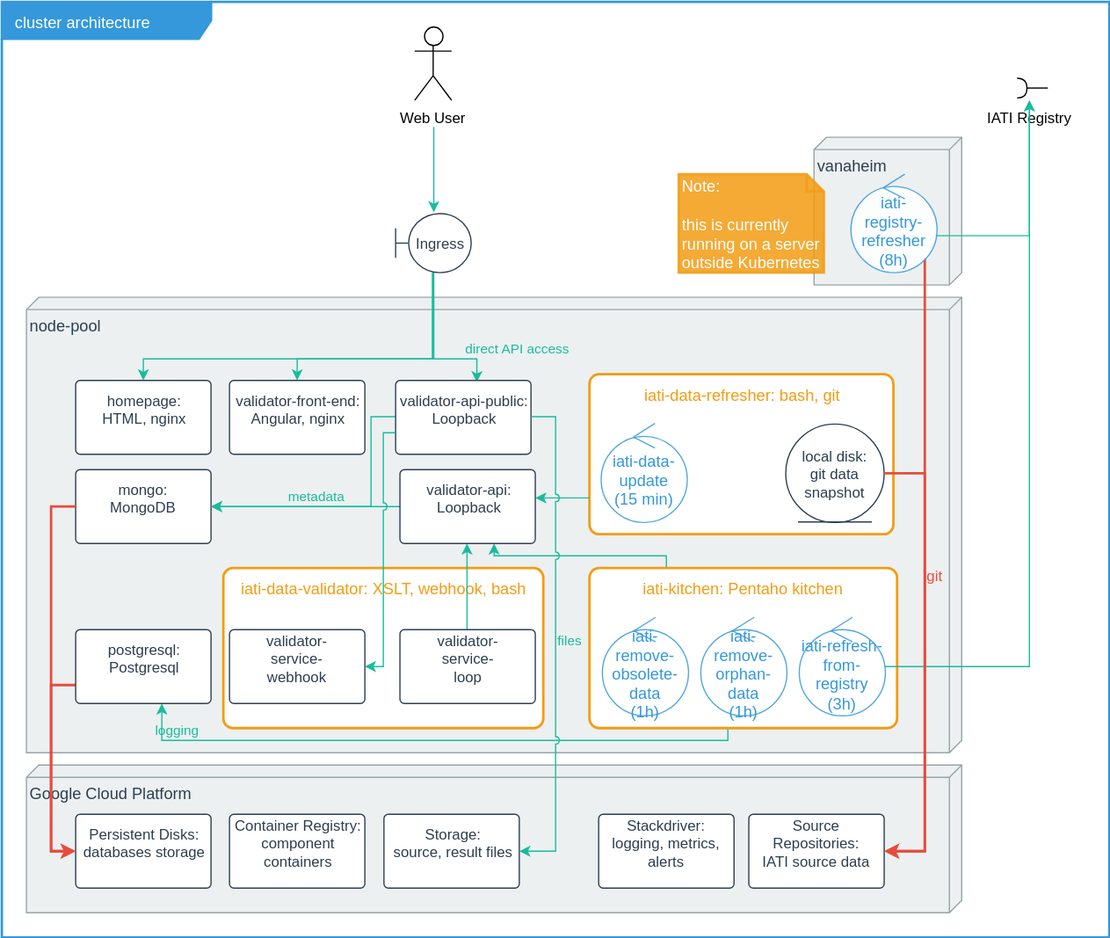
Before: docs/deployment-overview.drawio.svg, a diagram exported from draw.io (data4development/dataworkbench-cluster). Source tidied: cells renumbered, new cells last; positions are measured from the earlier drawing's top-left corner, leaving out a move shared by most shapes.
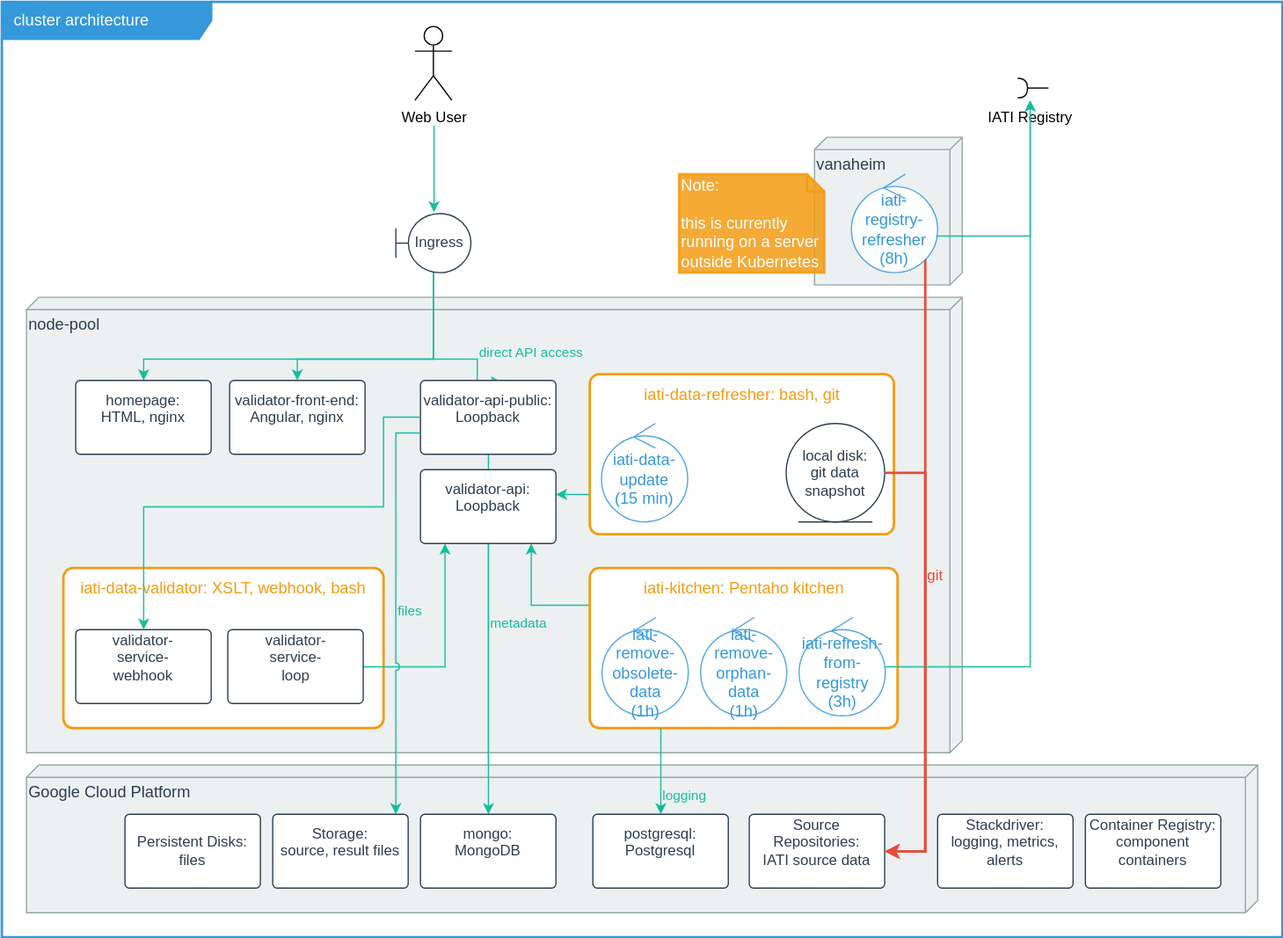
Later version of the same file.

The edit, as a diff of the source:
```diff
@@ -3,7 +3,7 @@
     <mxCell id="0" />
     <mxCell id="1" value="Background" parent="0" />
     <mxCell id="2" value="cluster architecture" style="shape=umlFrame;whiteSpace=wrap;html=1;labelBackgroundColor=none;strokeColor=#3498DB;strokeWidth=2;fillColor=#3498DB;fontFamily=Helvetica;fontSize=13;fontColor=#FFFFFF;align=left;spacingTop=8;spacingBottom=8;width=170;height=30;spacingLeft=8;" parent="1" vertex="1">
-      <mxGeometry width="900" height="760" as="geometry" />
+      <mxGeometry width="1040" height="760" as="geometry" />
     </mxCell>
     <mxCell id="3" value="Items" parent="0" />
     <mxCell id="4" value="node-pool" style="verticalAlign=top;align=left;spacingTop=8;shape=cube;size=10;direction=south;html=1;fillColor=#ecf0f1;strokeColor=#95a5a6;fontSize=13;fontColor=#2c3e50;strokeWidth=1;labelBackgroundColor=none;spacingBottom=8;" parent="3" vertex="1">
@@ -51,20 +51,17 @@
     <mxCell id="12" value="validator-front-end:&#10;Angular, nginx&#10;" style="strokeWidth=1;html=1;shape=mxgraph.flowchart.process;whiteSpace=wrap;labelBackgroundColor=none;fillColor=#FFFFFF;fontFamily=Helvetica;fontSize=12;fontColor=#2C3E50;align=center;strokeColor=#2C3E50;spacingTop=8;spacingBottom=8;" parent="3" vertex="1">
       <mxGeometry x="185" y="307.5" width="110" height="60" as="geometry" />
     </mxCell>
-    <mxCell id="13" value="metadata" style="edgeStyle=orthogonalEdgeStyle;rounded=0;html=1;jettySize=auto;labelPosition=left;verticalLabelPosition=top;align=right;verticalAlign=bottom;fontColor=#18bc9c;strokeColor=#18BC9C;labelBackgroundColor=none;startFill=0;startArrow=none;" parent="3" edge="1" source="14" target="15">
+    <mxCell id="13" value="metadata" style="edgeStyle=orthogonalEdgeStyle;rounded=0;html=1;jettySize=auto;labelPosition=right;verticalLabelPosition=top;align=left;verticalAlign=bottom;fontColor=#18bc9c;strokeColor=#18BC9C;labelBackgroundColor=none;startFill=0;startArrow=none;" parent="3" edge="1" source="14" target="15">
       <mxGeometry relative="1" as="geometry">
         <Array as="points">
-          <mxPoint x="300" y="337" />
-          <mxPoint x="300" y="410" />
+          <mxPoint x="395" y="470" />
+          <mxPoint x="395" y="470" />
         </Array>
       </mxGeometry>
     </mxCell>
     <mxCell id="14" value="validator-api-public:&#10;Loopback&#10;" style="strokeWidth=1;html=1;shape=mxgraph.flowchart.process;whiteSpace=wrap;labelBackgroundColor=none;fillColor=#FFFFFF;fontFamily=Helvetica;fontSize=12;fontColor=#2C3E50;align=center;strokeColor=#2C3E50;spacingTop=8;spacingBottom=8;" parent="3" vertex="1">
-      <mxGeometry x="320" y="307.5" width="110" height="60" as="geometry" />
+      <mxGeometry x="340" y="307.5" width="110" height="60" as="geometry" />
     </mxCell>
-    <mxCell id="15" value="mongo:&#10;MongoDB&#10;" style="strokeWidth=1;html=1;shape=mxgraph.flowchart.process;whiteSpace=wrap;labelBackgroundColor=none;fillColor=#FFFFFF;fontFamily=Helvetica;fontSize=12;fontColor=#2C3E50;align=center;strokeColor=#2C3E50;spacingTop=8;spacingBottom=8;" parent="3" vertex="1">
-      <mxGeometry x="60" y="380" width="110" height="60" as="geometry" />
-    </mxCell>
     <mxCell id="16" value="homepage:&#10;HTML, nginx&#10;" style="strokeWidth=1;html=1;shape=mxgraph.flowchart.process;whiteSpace=wrap;labelBackgroundColor=none;fillColor=#FFFFFF;fontFamily=Helvetica;fontSize=12;fontColor=#2C3E50;align=center;strokeColor=#2C3E50;spacingTop=8;spacingBottom=8;" parent="3" vertex="1">
       <mxGeometry x="60" y="307.5" width="110" height="60" as="geometry" />
     </mxCell>
@@ -74,24 +71,15 @@
     <mxCell id="18" style="edgeStyle=orthogonalEdgeStyle;rounded=0;html=1;jettySize=auto;fontColor=#18bc9c;align=right;verticalAlign=bottom;strokeColor=#18BC9C;labelBackgroundColor=none;startFill=0;startArrow=none;" parent="3" edge="1" source="5" target="48">
       <mxGeometry relative="1" as="geometry">
         <Array as="points">
-          <mxPoint x="450" y="403" />
-          <mxPoint x="450" y="403" />
+          <mxPoint x="470" y="400" />
+          <mxPoint x="470" y="400" />
         </Array>
       </mxGeometry>
     </mxCell>
-    <mxCell id="19" value="logging&lt;br&gt;" style="edgeStyle=orthogonalEdgeStyle;rounded=0;html=1;jettySize=auto;labelPosition=center;verticalLabelPosition=top;align=center;verticalAlign=bottom;strokeColor=#18BC9C;labelBackgroundColor=none;fontColor=#18bc9c;startFill=0;startArrow=none;" parent="3" edge="1" source="21" target="42">
-      <mxGeometry x="0.83" relative="1" as="geometry">
-        <Array as="points">
-          <mxPoint x="590" y="600" />
-          <mxPoint x="130" y="600" />
-        </Array>
-      </mxGeometry>
-    </mxCell>
     <mxCell id="20" style="edgeStyle=orthogonalEdgeStyle;rounded=0;html=1;jettySize=auto;fontColor=#18bc9c;align=right;verticalAlign=bottom;strokeColor=#18BC9C;labelBackgroundColor=none;startFill=0;startArrow=none;" parent="3" edge="1" source="21" target="48">
       <mxGeometry relative="1" as="geometry">
         <Array as="points">
-          <mxPoint x="540" y="450" />
-          <mxPoint x="400" y="450" />
+          <mxPoint x="430" y="490" />
         </Array>
       </mxGeometry>
     </mxCell>
@@ -118,10 +106,10 @@
       <mxGeometry x="637" y="342.5" width="80" height="80" as="geometry" />
     </mxCell>
     <mxCell id="27" value="Google Cloud Platform" style="verticalAlign=top;align=left;spacingTop=8;shape=cube;size=10;direction=south;html=1;fillColor=#ecf0f1;strokeColor=#95a5a6;fontSize=13;fontColor=#2c3e50;strokeWidth=1;labelBackgroundColor=none;spacingBottom=8;" parent="3" vertex="1">
-      <mxGeometry x="20" y="620" width="760" height="120" as="geometry" />
+      <mxGeometry x="20" y="620" width="1000" height="120" as="geometry" />
     </mxCell>
     <mxCell id="28" value="Storage:&#10;source, result files&#10;" style="strokeWidth=1;html=1;shape=mxgraph.flowchart.process;whiteSpace=wrap;labelBackgroundColor=none;fillColor=#FFFFFF;fontFamily=Helvetica;fontSize=12;fontColor=#2C3E50;align=center;strokeColor=#2C3E50;spacingTop=8;spacingBottom=8;" parent="3" vertex="1">
-      <mxGeometry x="310.5" y="660" width="110" height="60" as="geometry" />
+      <mxGeometry x="220" y="660" width="110" height="60" as="geometry" />
     </mxCell>
     <mxCell id="29" value="Source Repositories:&#10;IATI source data&#10;" style="strokeWidth=1;html=1;shape=mxgraph.flowchart.process;whiteSpace=wrap;labelBackgroundColor=none;fillColor=#FFFFFF;fontFamily=Helvetica;fontSize=12;fontColor=#2C3E50;align=center;strokeColor=#2C3E50;spacingTop=8;spacingBottom=8;" parent="3" vertex="1">
       <mxGeometry x="607" y="660" width="110" height="60" as="geometry" />
@@ -135,16 +123,16 @@
       </mxGeometry>
     </mxCell>
     <mxCell id="31" value="Container Registry:&#10;component&#10;containers&#10;" style="strokeWidth=1;html=1;shape=mxgraph.flowchart.process;whiteSpace=wrap;labelBackgroundColor=none;fillColor=#FFFFFF;fontFamily=Helvetica;fontSize=12;fontColor=#2C3E50;align=center;strokeColor=#2C3E50;spacingTop=8;spacingBottom=8;" parent="3" vertex="1">
-      <mxGeometry x="185" y="660" width="110" height="60" as="geometry" />
+      <mxGeometry x="880" y="660" width="110" height="60" as="geometry" />
     </mxCell>
-    <mxCell id="32" value="Persistent Disks:&#10;databases storage&#10;" style="strokeWidth=1;html=1;shape=mxgraph.flowchart.process;whiteSpace=wrap;labelBackgroundColor=none;fillColor=#FFFFFF;fontFamily=Helvetica;fontSize=12;fontColor=#2C3E50;align=center;strokeColor=#2C3E50;spacingTop=8;spacingBottom=8;" parent="3" vertex="1">
-      <mxGeometry x="60" y="660" width="110" height="60" as="geometry" />
+    <mxCell id="32" value="Persistent Disks:&lt;br&gt;files" style="strokeWidth=1;html=1;shape=mxgraph.flowchart.process;whiteSpace=wrap;labelBackgroundColor=none;fillColor=#FFFFFF;fontFamily=Helvetica;fontSize=12;fontColor=#2C3E50;align=center;strokeColor=#2C3E50;spacingTop=8;spacingBottom=8;" parent="3" vertex="1">
+      <mxGeometry x="100" y="660" width="110" height="60" as="geometry" />
     </mxCell>
     <mxCell id="33" value="IATI Registry" style="shape=requires;direction=north;html=1;labelPosition=center;verticalLabelPosition=bottom;align=center;verticalAlign=top;" parent="3" vertex="1">
       <mxGeometry x="820" y="60" width="30" height="20" as="geometry" />
     </mxCell>
     <mxCell id="34" value="Stackdriver:&#10;logging, metrics,&#10;alerts&#10;" style="strokeWidth=1;html=1;shape=mxgraph.flowchart.process;whiteSpace=wrap;labelBackgroundColor=none;fillColor=#FFFFFF;fontFamily=Helvetica;fontSize=12;fontColor=#2C3E50;align=center;strokeColor=#2C3E50;spacingTop=8;spacingBottom=8;" parent="3" vertex="1">
-      <mxGeometry x="485" y="660" width="110" height="60" as="geometry" />
+      <mxGeometry x="760" y="660" width="110" height="60" as="geometry" />
     </mxCell>
     <mxCell id="35" value="vanaheim" style="verticalAlign=top;align=left;spacingTop=8;shape=cube;size=10;direction=south;html=1;fillColor=#ecf0f1;strokeColor=#95a5a6;fontSize=13;fontColor=#2c3e50;strokeWidth=1;labelBackgroundColor=none;spacingBottom=8;" parent="3" vertex="1">
       <mxGeometry x="660" y="110" width="120" height="120" as="geometry" />
@@ -169,63 +157,62 @@
     <mxCell id="39" value="Note:&lt;br&gt;&lt;br&gt;this is currently running on a server outside Kubernetes&lt;br&gt;" style="shape=note;whiteSpace=wrap;html=1;size=14;verticalAlign=middle;align=left;spacingTop=8;fontSize=13;fontColor=#FFFFFF;strokeColor=#F39C12;strokeWidth=2;fillColor=#F39C12;labelBackgroundColor=none;opacity=85;spacingBottom=8;" parent="3" vertex="1">
       <mxGeometry x="550" y="140" width="118" height="80" as="geometry" />
     </mxCell>
-    <mxCell id="40" style="edgeStyle=orthogonalEdgeStyle;rounded=0;html=1;labelBackgroundColor=none;startArrow=none;startFill=0;jettySize=auto;strokeColor=#e74c3c;fontFamily=Helvetica;fontSize=12;fontColor=#e74c3c;strokeWidth=2;" parent="3" edge="1" source="42" target="32">
-      <mxGeometry relative="1" as="geometry">
-        <Array as="points">
-          <mxPoint x="40" y="555" />
-          <mxPoint x="40" y="690" />
-        </Array>
-      </mxGeometry>
-    </mxCell>
-    <mxCell id="41" style="edgeStyle=orthogonalEdgeStyle;rounded=0;html=1;labelBackgroundColor=none;startArrow=none;startFill=0;jettySize=auto;strokeColor=#e74c3c;fontFamily=Helvetica;fontSize=12;fontColor=#e74c3c;strokeWidth=2;" parent="3" edge="1" source="15" target="32">
-      <mxGeometry relative="1" as="geometry">
-        <Array as="points">
-          <mxPoint x="40" y="410" />
-          <mxPoint x="40" y="690" />
-        </Array>
-      </mxGeometry>
-    </mxCell>
     <mxCell id="42" value="postgresql:&#10;Postgresql&#10;" style="strokeWidth=1;html=1;shape=mxgraph.flowchart.process;whiteSpace=wrap;labelBackgroundColor=none;fillColor=#FFFFFF;fontFamily=Helvetica;fontSize=12;fontColor=#2C3E50;align=center;strokeColor=#2C3E50;spacingTop=8;spacingBottom=8;" parent="3" vertex="1">
-      <mxGeometry x="60" y="510" width="110" height="60" as="geometry" />
+      <mxGeometry x="480" y="660" width="110" height="60" as="geometry" />
     </mxCell>
     <mxCell id="43" value="iati-data-validator: XSLT, webhook, bash" style="strokeWidth=2;html=1;shape=mxgraph.flowchart.process;whiteSpace=wrap;labelBackgroundColor=none;fillColor=#FFFFFF;fontFamily=Helvetica;fontSize=13;fontColor=#F39C12;align=center;strokeColor=#f39c12;spacingTop=2;spacingBottom=8;verticalAlign=top;" parent="3" vertex="1">
-      <mxGeometry x="180" y="460" width="260" height="130" as="geometry" />
+      <mxGeometry x="50" y="460" width="260" height="130" as="geometry" />
     </mxCell>
     <mxCell id="44" value="validator-&#10;service-&#10;webhook&#10;" style="strokeWidth=1;html=1;shape=mxgraph.flowchart.process;whiteSpace=wrap;labelBackgroundColor=none;fillColor=#FFFFFF;fontFamily=Helvetica;fontSize=12;fontColor=#2C3E50;align=center;strokeColor=#2C3E50;spacingTop=8;spacingBottom=8;" parent="3" vertex="1">
-      <mxGeometry x="185" y="510" width="110" height="60" as="geometry" />
+      <mxGeometry x="60" y="510" width="110" height="60" as="geometry" />
     </mxCell>
     <mxCell id="45" style="edgeStyle=orthogonalEdgeStyle;rounded=0;jettySize=auto;html=1;fontColor=#18bc9c;align=right;verticalAlign=bottom;strokeColor=#18BC9C;labelBackgroundColor=none;startFill=0;startArrow=none;" parent="3" edge="1" source="46" target="48">
       <mxGeometry relative="1" as="geometry">
         <Array as="points">
-          <mxPoint x="378" y="480" />
-          <mxPoint x="378" y="480" />
+          <mxPoint x="360" y="540" />
         </Array>
       </mxGeometry>
     </mxCell>
     <mxCell id="46" value="validator-&#10;service-&#10;loop&#10;" style="strokeWidth=1;html=1;shape=mxgraph.flowchart.process;whiteSpace=wrap;labelBackgroundColor=none;fillColor=#FFFFFF;fontFamily=Helvetica;fontSize=12;fontColor=#2C3E50;align=center;strokeColor=#2C3E50;spacingTop=8;spacingBottom=8;" parent="3" vertex="1">
-      <mxGeometry x="323.5" y="510" width="110" height="60" as="geometry" />
+      <mxGeometry x="183.5" y="510" width="110" height="60" as="geometry" />
     </mxCell>
     <mxCell id="47" style="edgeStyle=orthogonalEdgeStyle;rounded=0;jettySize=auto;html=1;fontColor=#18bc9c;align=right;verticalAlign=bottom;strokeColor=#18BC9C;labelBackgroundColor=none;startFill=0;startArrow=none;" parent="3" edge="1" source="48" target="15">
-      <mxGeometry relative="1" as="geometry" />
+      <mxGeometry relative="1" as="geometry">
+        <Array as="points">
+          <mxPoint x="395" y="470" />
+          <mxPoint x="395" y="470" />
+        </Array>
+      </mxGeometry>
     </mxCell>
     <mxCell id="48" value="validator-api:&#10;Loopback&#10;" style="strokeWidth=1;html=1;shape=mxgraph.flowchart.process;whiteSpace=wrap;labelBackgroundColor=none;fillColor=#FFFFFF;fontFamily=Helvetica;fontSize=12;fontColor=#2C3E50;align=center;strokeColor=#2C3E50;spacingTop=8;spacingBottom=8;" parent="3" vertex="1">
-      <mxGeometry x="323.5" y="380" width="110" height="60" as="geometry" />
+      <mxGeometry x="340" y="380" width="110" height="60" as="geometry" />
     </mxCell>
     <mxCell id="49" style="edgeStyle=orthogonalEdgeStyle;rounded=0;html=1;jettySize=auto;fontColor=#18bc9c;align=right;verticalAlign=bottom;strokeColor=#18BC9C;labelBackgroundColor=none;startFill=0;startArrow=none;jumpStyle=arc;" parent="3" edge="1" source="14" target="44">
       <mxGeometry relative="1" as="geometry">
         <Array as="points">
-          <mxPoint x="310" y="350" />
-          <mxPoint x="310" y="540" />
+          <mxPoint x="310" y="337" />
+          <mxPoint x="310" y="410" />
+          <mxPoint x="115" y="410" />
         </Array>
       </mxGeometry>
     </mxCell>
     <mxCell id="50" value="files&lt;br&gt;" style="edgeStyle=orthogonalEdgeStyle;rounded=0;html=1;jettySize=auto;labelPosition=right;verticalLabelPosition=middle;align=left;verticalAlign=middle;fontColor=#18bc9c;strokeColor=#18BC9C;labelBackgroundColor=none;fontSize=11;startArrow=none;startFill=0;jumpStyle=arc;" parent="3" edge="1" source="14" target="28">
       <mxGeometry relative="1" as="geometry">
         <Array as="points">
-          <mxPoint x="450" y="337" />
-          <mxPoint x="450" y="690" />
+          <mxPoint x="320" y="350" />
         </Array>
       </mxGeometry>
     </mxCell>
+    <mxCell id="19" value="logging&lt;br&gt;" style="edgeStyle=orthogonalEdgeStyle;rounded=0;html=1;jettySize=auto;labelPosition=right;verticalLabelPosition=middle;align=left;verticalAlign=bottom;strokeColor=#18BC9C;labelBackgroundColor=none;fontColor=#18bc9c;startFill=0;startArrow=none;" parent="3" edge="1" source="21" target="42">
+      <mxGeometry x="0.83" relative="1" as="geometry">
+        <Array as="points">
+          <mxPoint x="535" y="610" />
+          <mxPoint x="535" y="610" />
+        </Array>
+      </mxGeometry>
+    </mxCell>
+    <mxCell id="15" value="mongo:&#10;MongoDB&#10;" style="strokeWidth=1;html=1;shape=mxgraph.flowchart.process;whiteSpace=wrap;labelBackgroundColor=none;fillColor=#FFFFFF;fontFamily=Helvetica;fontSize=12;fontColor=#2C3E50;align=center;strokeColor=#2C3E50;spacingTop=8;spacingBottom=8;" parent="3" vertex="1">
+      <mxGeometry x="340" y="660" width="110" height="60" as="geometry" />
+    </mxCell>
   </root>
 </mxGraphModel>
```
